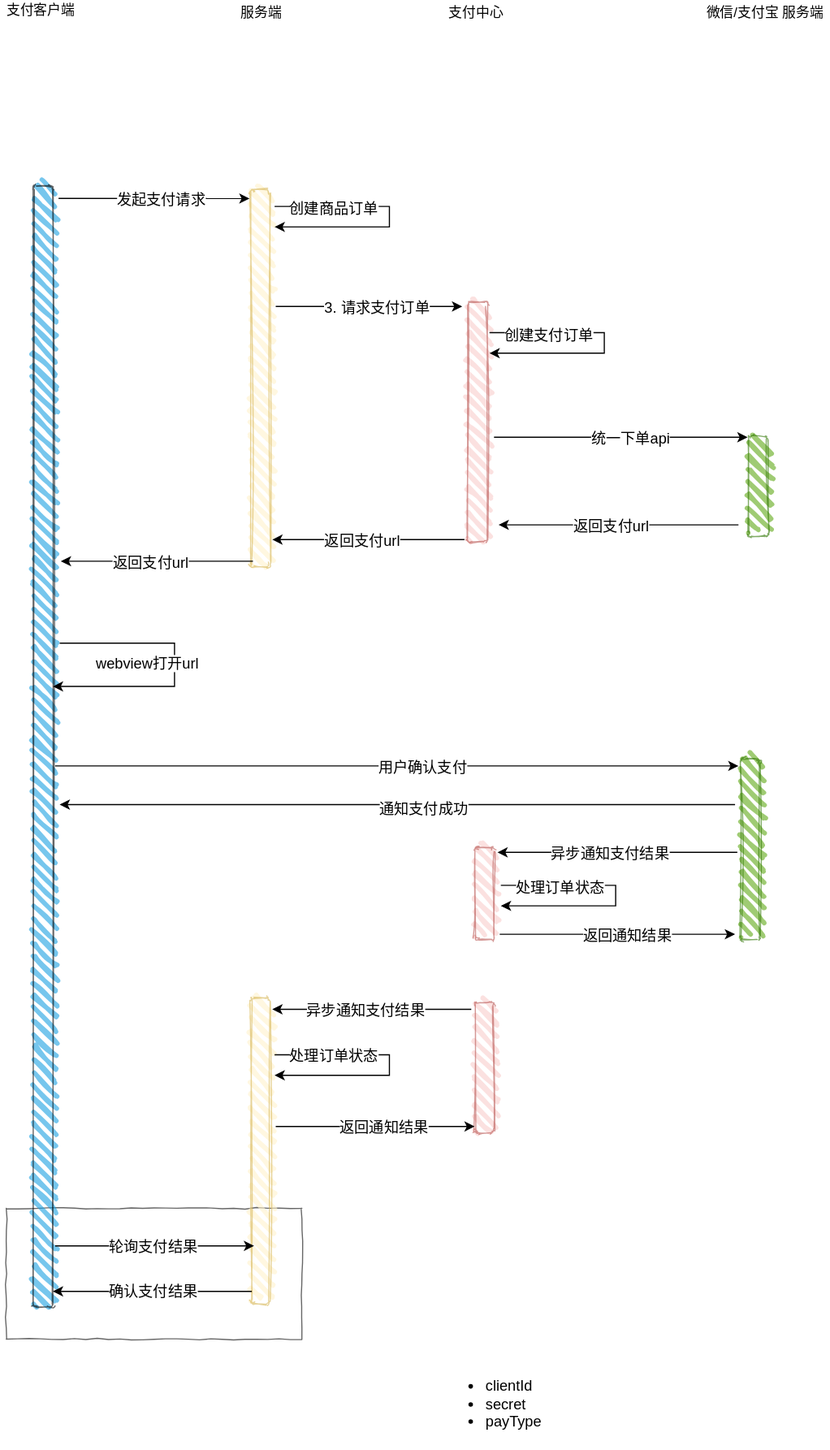
This is 支付中心.svg from peihuanhuan/draw.io, a draw.io export, as it was before one commit. Source tidied: cells renumbered, new cells last; positions are measured from the earlier drawing's top-left corner, leaving out a move shared by most shapes.
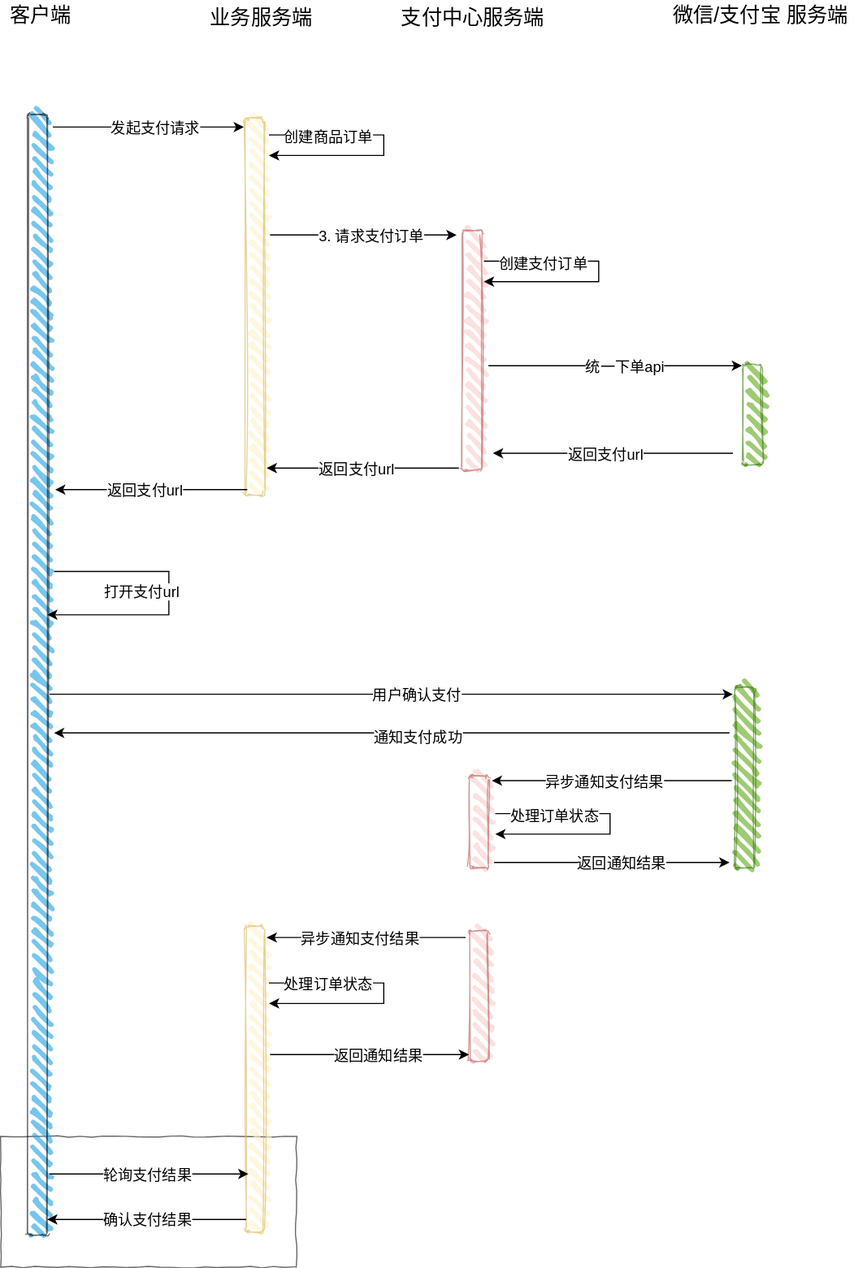
The same file after the commit.

Commit message:
更新支付中心.svg

What changed in the source:
```diff
@@ -8,8 +8,8 @@
     <mxCell id="3" style="rounded=1;whiteSpace=wrap;html=1;strokeWidth=1;fillWeight=4;hachureGap=8;hachureAngle=45;fillColor=#1ba1e2;sketch=1;opacity=60;" parent="1" vertex="1">
       <mxGeometry x="29" y="163" width="17" height="986" as="geometry" />
     </mxCell>
-    <mxCell id="4" value="支付客户端" style="text;html=1;align=center;verticalAlign=middle;" parent="1" vertex="1">
-      <mxGeometry width="70" height="18" as="geometry" />
+    <mxCell id="4" value="客户端" style="text;html=1;align=center;verticalAlign=middle;fontSize=18;" parent="1" vertex="1">
+      <mxGeometry x="8" y="63" width="64" height="26" as="geometry" />
     </mxCell>
     <mxCell id="5" style="endArrow=classic;html=1;entryX=-0.118;entryY=0.356;entryDx=0;entryDy=0;entryPerimeter=0;" parent="1" edge="1">
       <mxGeometry relative="1" as="geometry">
@@ -32,14 +32,14 @@
     <mxCell id="9" value="3. 请求支付订单" style="edgeLabel;html=1;align=center;verticalAlign=middle;fontSize=13;" parent="8" vertex="1">
       <mxGeometry x="0.07" relative="1" as="geometry" />
     </mxCell>
-    <mxCell id="10" value="服务端" style="text;html=1;align=center;verticalAlign=middle;" parent="1" vertex="1">
-      <mxGeometry x="205.5" y="2" width="46" height="18" as="geometry" />
+    <mxCell id="10" value="业务服务端" style="text;html=1;align=center;verticalAlign=middle;fontSize=18;" parent="1" vertex="1">
+      <mxGeometry x="183.5" y="65" width="100" height="26" as="geometry" />
     </mxCell>
     <mxCell id="11" style="rounded=1;whiteSpace=wrap;html=1;strokeWidth=1;fillWeight=4;hachureGap=8;hachureAngle=45;fillColor=#f8cecc;sketch=1;opacity=60;strokeColor=#b85450;" parent="1" vertex="1">
       <mxGeometry x="411" y="265" width="17" height="211" as="geometry" />
     </mxCell>
-    <mxCell id="12" value="支付中心" style="text;html=1;align=center;verticalAlign=middle;" parent="1" vertex="1">
-      <mxGeometry x="389" y="2" width="58" height="18" as="geometry" />
+    <mxCell id="12" value="支付中心服务端" style="text;html=1;align=center;verticalAlign=middle;fontSize=18;" parent="1" vertex="1">
+      <mxGeometry x="352" y="65" width="136" height="26" as="geometry" />
     </mxCell>
     <mxCell id="13" style="edgeStyle=elbowEdgeStyle;elbow=horizontal;endArrow=classic;html=1;fontSize=13;entryX=1.118;entryY=0.541;entryDx=0;entryDy=0;entryPerimeter=0;rounded=0;exitX=1.118;exitY=0.448;exitDx=0;exitDy=0;exitPerimeter=0;" parent="1" edge="1">
       <mxGeometry relative="1" as="geometry">
@@ -66,8 +66,8 @@
     <mxCell id="17" value="统一下单api" style="edgeLabel;html=1;align=center;verticalAlign=middle;fontSize=13;" parent="16" vertex="1">
       <mxGeometry x="0.07" relative="1" as="geometry" />
     </mxCell>
-    <mxCell id="18" value="微信/支付宝 服务端" style="text;html=1;align=center;verticalAlign=middle;" parent="1" vertex="1">
-      <mxGeometry x="615.5" y="2" width="113" height="18" as="geometry" />
+    <mxCell id="18" value="&lt;font style=&quot;font-size: 18px&quot;&gt;微信/支付宝 服务端&lt;/font&gt;" style="text;html=1;align=center;verticalAlign=middle;" parent="1" vertex="1">
+      <mxGeometry x="591" y="66" width="164" height="20" as="geometry" />
     </mxCell>
     <mxCell id="19" style="endArrow=classic;html=1;" parent="1" edge="1">
       <mxGeometry relative="1" as="geometry">
@@ -118,7 +118,7 @@
         </Array>
       </mxGeometry>
     </mxCell>
-    <mxCell id="28" value="webview打开url" style="edgeLabel;html=1;align=center;verticalAlign=middle;fontSize=13;" parent="27" vertex="1">
+    <mxCell id="28" value="打开支付url" style="edgeLabel;html=1;align=center;verticalAlign=middle;fontSize=13;" parent="27" vertex="1">
       <mxGeometry x="-0.54" y="-1" relative="1" as="geometry">
         <mxPoint x="19" y="16" as="offset" />
       </mxGeometry>
@@ -237,8 +237,5 @@
         <mxPoint x="-9" as="offset" />
       </mxGeometry>
     </mxCell>
-    <mxCell id="53" value="&lt;ul&gt;&lt;li&gt;clientId&lt;/li&gt;&lt;li&gt;secret&lt;/li&gt;&lt;li&gt;payType&lt;/li&gt;&lt;/ul&gt;" style="text;strokeColor=none;fillColor=none;html=1;whiteSpace=wrap;verticalAlign=middle;overflow=hidden;shadow=0;glass=1;comic=1;fontSize=13;opacity=60;" parent="1" vertex="1">
-      <mxGeometry x="385" y="1194" width="100" height="80" as="geometry" />
-    </mxCell>
   </root>
 </mxGraphModel>
```
